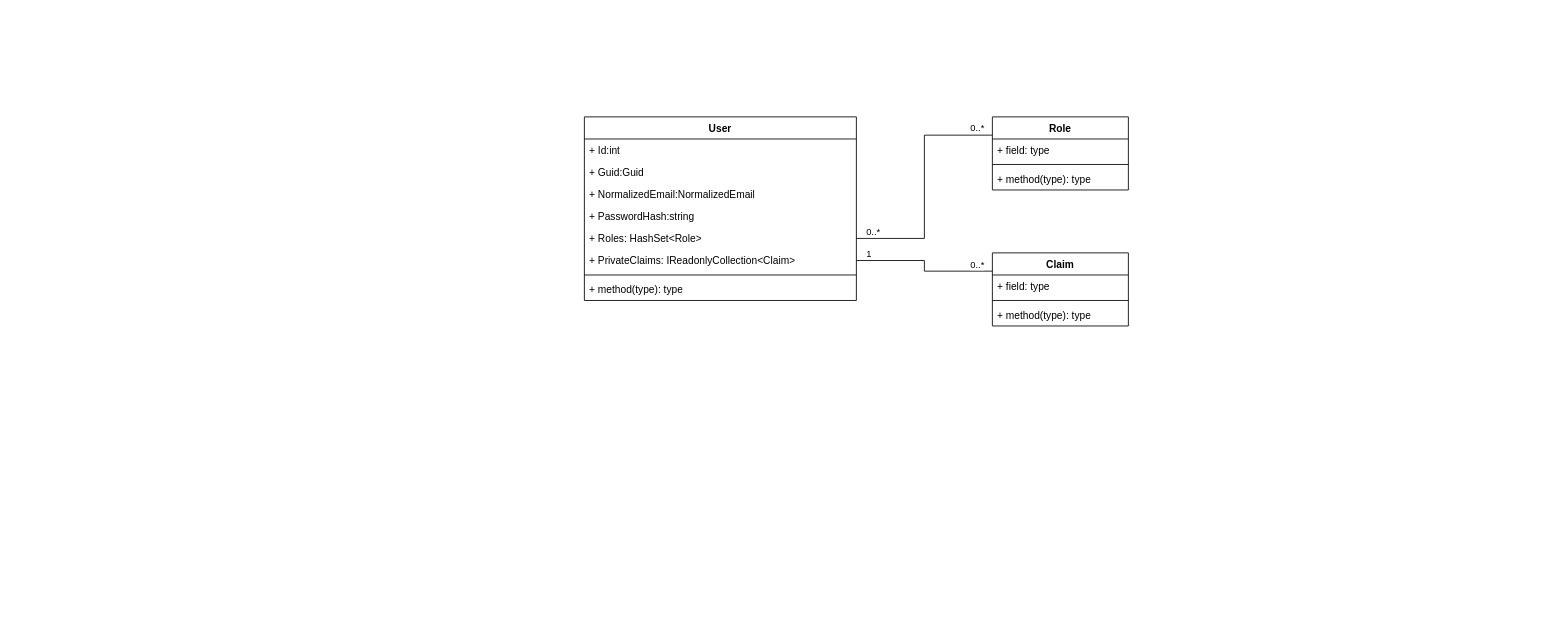
pawel-worwag/DailyRoutine keeps this draw.io diagram as doc/DailyRoutine.drawio. Above is the earlier version. Source tidied: cells renumbered, new cells numbered last; positions are measured from the earlier drawing's top-left corner, leaving out a move shared by most shapes. Both pictures are drawn from the tidied source at 85%, with x=0, y=0 at pixel (584, 116).
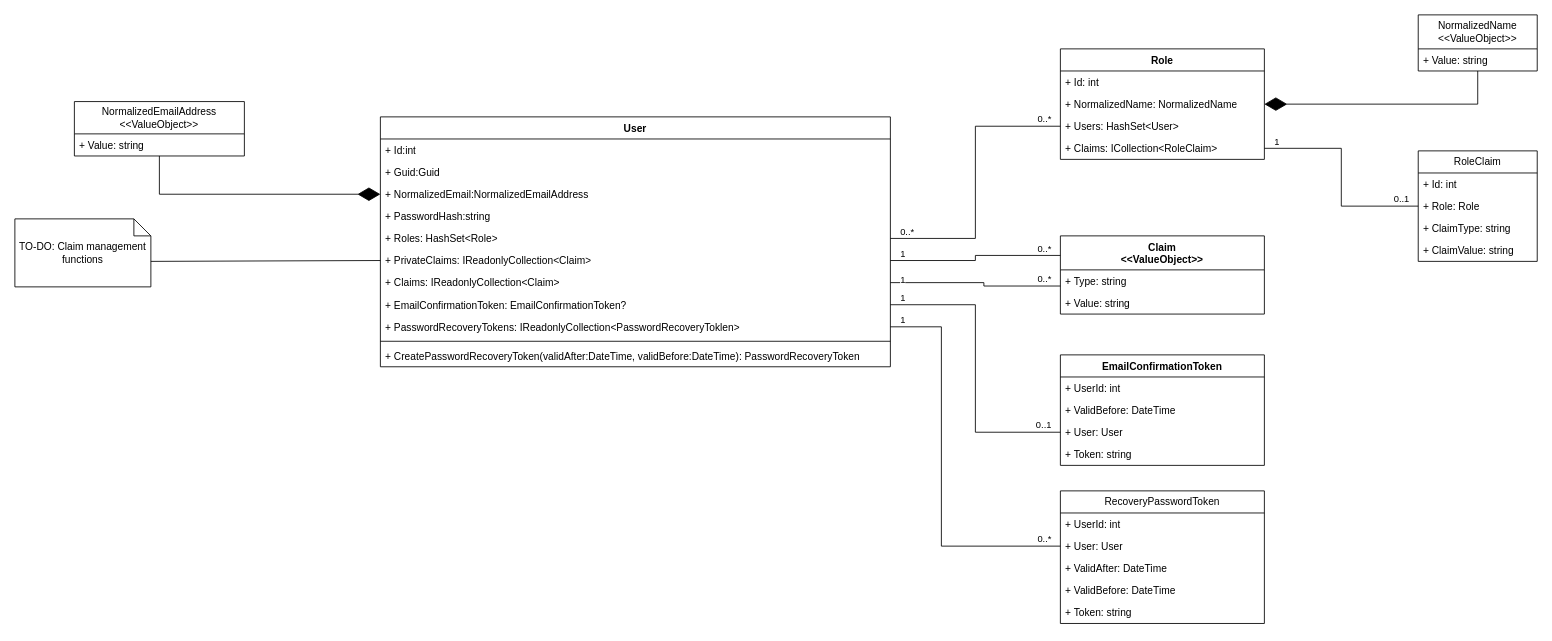
The same page after the edit.

Commit message:
Identity class diagram

Diff of the diagram source:
```diff
@@
     <mxCell id="2" value="User" style="swimlane;fontStyle=1;align=center;verticalAlign=top;horizontal=1;startSize=26;whiteSpace=wrap;html=1;" parent="1" vertex="1">
-      <mxGeometry width="320" height="216" as="geometry" />
+      <mxGeometry x="-240" width="600" height="294" as="geometry" />
     </mxCell>
     <mxCell id="3" value="+ Id:int" style="text;strokeColor=none;fillColor=none;align=left;verticalAlign=top;spacingLeft=4;spacingRight=4;overflow=hidden;whiteSpace=wrap;html=1;" parent="2" vertex="1">
-      <mxGeometry y="26" width="320" height="26" as="geometry" />
+      <mxGeometry y="26" width="600" height="26" as="geometry" />
     </mxCell>
     <mxCell id="4" value="+ Guid:Guid" style="text;strokeColor=none;fillColor=none;align=left;verticalAlign=top;spacingLeft=4;spacingRight=4;overflow=hidden;whiteSpace=wrap;html=1;" parent="2" vertex="1">
-      <mxGeometry y="52" width="320" height="26" as="geometry" />
+      <mxGeometry y="52" width="600" height="26" as="geometry" />
     </mxCell>
-    <mxCell id="5" value="+ NormalizedEmail:NormalizedEmail" style="text;strokeColor=none;fillColor=none;align=left;verticalAlign=top;spacingLeft=4;spacingRight=4;overflow=hidden;points=[[0,0.5],[1,0.5]];portConstraint=eastwest;whiteSpace=wrap;html=1;" parent="2" vertex="1">
-      <mxGeometry y="78" width="320" height="26" as="geometry" />
+    <mxCell id="5" value="+ NormalizedEmail:NormalizedEmailAddress" style="text;strokeColor=none;fillColor=none;align=left;verticalAlign=top;spacingLeft=4;spacingRight=4;overflow=hidden;points=[[0,0.5],[1,0.5]];portConstraint=eastwest;whiteSpace=wrap;html=1;" parent="2" vertex="1">
+      <mxGeometry y="78" width="600" height="26" as="geometry" />
     </mxCell>
     <mxCell id="6" value="+ PasswordHash:string" style="text;strokeColor=none;fillColor=none;align=left;verticalAlign=top;spacingLeft=4;spacingRight=4;overflow=hidden;whiteSpace=wrap;html=1;" parent="2" vertex="1">
-      <mxGeometry y="104" width="320" height="26" as="geometry" />
+      <mxGeometry y="104" width="600" height="26" as="geometry" />
     </mxCell>
     <mxCell id="7" value="+ Roles: HashSet&amp;lt;Role&amp;gt;" style="text;strokeColor=none;fillColor=none;align=left;verticalAlign=top;spacingLeft=4;spacingRight=4;overflow=hidden;points=[[0,0.5],[1,0.5]];portConstraint=eastwest;whiteSpace=wrap;html=1;" parent="2" vertex="1">
-      <mxGeometry y="130" width="320" height="26" as="geometry" />
+      <mxGeometry y="130" width="600" height="26" as="geometry" />
     </mxCell>
     <mxCell id="8" value="+ PrivateClaims: IReadonlyCollection&amp;lt;Claim&amp;gt;" style="text;strokeColor=none;fillColor=none;align=left;verticalAlign=top;spacingLeft=4;spacingRight=4;overflow=hidden;points=[[0,0.5],[1,0.5]];portConstraint=eastwest;whiteSpace=wrap;html=1;" parent="2" vertex="1">
-      <mxGeometry y="156" width="320" height="26" as="geometry" />
+      <mxGeometry y="156" width="600" height="26" as="geometry" />
     </mxCell>
+    <mxCell id="25" value="+ Claims: IReadonlyCollection&amp;lt;Claim&amp;gt;" style="text;strokeColor=none;fillColor=none;align=left;verticalAlign=top;spacingLeft=4;spacingRight=4;overflow=hidden;points=[[0,0.5],[1,0.5]];portConstraint=eastwest;whiteSpace=wrap;html=1;" parent="2" vertex="1">
+      <mxGeometry y="182" width="600" height="26" as="geometry" />
+    </mxCell>
+    <mxCell id="26" value="+ EmailConfirmationToken: EmailConfirmationToken?" style="text;strokeColor=none;fillColor=none;align=left;verticalAlign=top;spacingLeft=4;spacingRight=4;overflow=hidden;points=[[0,0.5],[1,0.5]];portConstraint=eastwest;whiteSpace=wrap;html=1;" parent="2" vertex="1">
+      <mxGeometry y="208" width="600" height="26" as="geometry" />
+    </mxCell>
+    <mxCell id="27" value="+ PasswordRecoveryTokens: IReadonlyCollection&amp;lt;PasswordRecoveryToklen&amp;gt;" style="text;strokeColor=none;fillColor=none;align=left;verticalAlign=top;spacingLeft=4;spacingRight=4;overflow=hidden;points=[[0,0.5],[1,0.5]];portConstraint=eastwest;whiteSpace=wrap;html=1;" parent="2" vertex="1">
+      <mxGeometry y="234" width="600" height="26" as="geometry" />
+    </mxCell>
     <mxCell id="9" style="line;strokeWidth=1;fillColor=none;align=left;verticalAlign=middle;spacingTop=-1;spacingLeft=3;spacingRight=3;labelPosition=right;strokeColor=inherit;" parent="2" vertex="1">
-      <mxGeometry y="182" width="320" height="8" as="geometry" />
+      <mxGeometry y="260" width="600" height="8" as="geometry" />
     </mxCell>
-    <mxCell id="10" value="+ method(type): type" style="text;strokeColor=none;fillColor=none;align=left;verticalAlign=top;spacingLeft=4;spacingRight=4;overflow=hidden;whiteSpace=wrap;html=1;" parent="2" vertex="1">
-      <mxGeometry y="190" width="320" height="26" as="geometry" />
+    <mxCell id="10" value="+ CreatePasswordRecoveryToken(validAfter:DateTime, validBefore:DateTime): PasswordRecoveryToken" style="text;strokeColor=none;fillColor=none;align=left;verticalAlign=top;spacingLeft=4;spacingRight=4;overflow=hidden;whiteSpace=wrap;html=1;" parent="2" vertex="1">
+      <mxGeometry y="268" width="600" height="26" as="geometry" />
     </mxCell>
     <mxCell id="11" value="Role" style="swimlane;fontStyle=1;align=center;verticalAlign=top;horizontal=1;startSize=26;whiteSpace=wrap;html=1;" parent="1" vertex="1">
-      <mxGeometry x="480" width="160" height="86" as="geometry" />
+      <mxGeometry x="560" y="-80" width="240" height="130" as="geometry" />
     </mxCell>
-    <mxCell id="12" value="+ field: type" style="text;strokeColor=none;fillColor=none;align=left;verticalAlign=top;spacingLeft=4;spacingRight=4;overflow=hidden;whiteSpace=wrap;html=1;" parent="11" vertex="1">
-      <mxGeometry y="26" width="160" height="26" as="geometry" />
+    <mxCell id="12" value="+ Id: int" style="text;strokeColor=none;fillColor=none;align=left;verticalAlign=top;spacingLeft=4;spacingRight=4;overflow=hidden;whiteSpace=wrap;html=1;" parent="11" vertex="1">
+      <mxGeometry y="26" width="240" height="26" as="geometry" />
     </mxCell>
-    <mxCell id="13" style="line;strokeWidth=1;fillColor=none;align=left;verticalAlign=middle;spacingTop=-1;spacingLeft=3;spacingRight=3;labelPosition=right;strokeColor=inherit;" parent="11" vertex="1">
-      <mxGeometry y="52" width="160" height="8" as="geometry" />
-    </mxCell>
-    <mxCell id="14" value="+ method(type): type" style="text;strokeColor=none;fillColor=none;align=left;verticalAlign=top;spacingLeft=4;spacingRight=4;overflow=hidden;whiteSpace=wrap;html=1;" parent="11" vertex="1">
-      <mxGeometry y="60" width="160" height="26" as="geometry" />
-    </mxCell>
+    <mxCell id="28" value="+ NormalizedName: NormalizedName" style="text;strokeColor=none;fillColor=none;align=left;verticalAlign=top;spacingLeft=4;spacingRight=4;overflow=hidden;points=[[0,0.5],[1,0.5]];portConstraint=eastwest;whiteSpace=wrap;html=1;" parent="11" vertex="1">
+      <mxGeometry y="52" width="240" height="26" as="geometry" />
+    </mxCell>
+    <mxCell id="29" value="+ Users: HashSet&amp;lt;User&amp;gt;" style="text;strokeColor=none;fillColor=none;align=left;verticalAlign=top;spacingLeft=4;spacingRight=4;overflow=hidden;points=[[0,0.5],[1,0.5]];portConstraint=eastwest;whiteSpace=wrap;html=1;" parent="11" vertex="1">
+      <mxGeometry y="78" width="240" height="26" as="geometry" />
+    </mxCell>
+    <mxCell id="30" value="+ Claims: ICollection&amp;lt;RoleClaim&amp;gt;" style="text;strokeColor=none;fillColor=none;align=left;verticalAlign=top;spacingLeft=4;spacingRight=4;overflow=hidden;points=[[0,0.5],[1,0.5]];portConstraint=eastwest;whiteSpace=wrap;html=1;" parent="11" vertex="1">
+      <mxGeometry y="104" width="240" height="26" as="geometry" />
+    </mxCell>
-    <mxCell id="15" style="endArrow=none;html=1;edgeStyle=orthogonalEdgeStyle;rounded=0;entryX=0;entryY=0.25;entryDx=0;entryDy=0;" parent="1" edge="1" source="7" target="11">
+    <mxCell id="15" style="endArrow=none;html=1;edgeStyle=orthogonalEdgeStyle;rounded=0;" parent="1" edge="1" source="7" target="29">
       <mxGeometry relative="1" as="geometry" />
     </mxCell>
@@
-    <mxCell id="18" value="Claim" style="swimlane;fontStyle=1;align=center;verticalAlign=top;horizontal=1;startSize=26;whiteSpace=wrap;html=1;" parent="1" vertex="1">
-      <mxGeometry x="480" y="160" width="160" height="86" as="geometry" />
+    <mxCell id="18" value="Claim&lt;br&gt;&amp;lt;&amp;lt;ValueObject&amp;gt;&amp;gt;" style="swimlane;fontStyle=1;align=center;verticalAlign=top;horizontal=1;startSize=40;whiteSpace=wrap;html=1;" parent="1" vertex="1">
+      <mxGeometry x="560" y="140" width="240" height="92" as="geometry" />
     </mxCell>
-    <mxCell id="19" value="+ field: type" style="text;strokeColor=none;fillColor=none;align=left;verticalAlign=top;spacingLeft=4;spacingRight=4;overflow=hidden;whiteSpace=wrap;html=1;" parent="18" vertex="1">
-      <mxGeometry y="26" width="160" height="26" as="geometry" />
+    <mxCell id="19" value="+ Type: string" style="text;strokeColor=none;fillColor=none;align=left;verticalAlign=top;spacingLeft=4;spacingRight=4;overflow=hidden;whiteSpace=wrap;html=1;" parent="18" vertex="1">
+      <mxGeometry y="40" width="240" height="26" as="geometry" />
     </mxCell>
-    <mxCell id="20" style="line;strokeWidth=1;fillColor=none;align=left;verticalAlign=middle;spacingTop=-1;spacingLeft=3;spacingRight=3;labelPosition=right;strokeColor=inherit;" parent="18" vertex="1">
-      <mxGeometry y="52" width="160" height="8" as="geometry" />
-    </mxCell>
-    <mxCell id="21" value="+ method(type): type" style="text;strokeColor=none;fillColor=none;align=left;verticalAlign=top;spacingLeft=4;spacingRight=4;overflow=hidden;whiteSpace=wrap;html=1;" parent="18" vertex="1">
-      <mxGeometry y="60" width="160" height="26" as="geometry" />
+    <mxCell id="21" value="+ Value: string" style="text;strokeColor=none;fillColor=none;align=left;verticalAlign=top;spacingLeft=4;spacingRight=4;overflow=hidden;whiteSpace=wrap;html=1;" parent="18" vertex="1">
+      <mxGeometry y="66" width="240" height="26" as="geometry" />
     </mxCell>
@@
+    <mxCell id="31" style="endArrow=none;html=1;edgeStyle=orthogonalEdgeStyle;rounded=0;exitX=1;exitY=0.5;exitDx=0;exitDy=0;" parent="1" edge="1" source="25" target="18">
+      <mxGeometry relative="1" as="geometry">
+        <Array as="points">
+          <mxPoint x="470" y="195" />
+          <mxPoint x="470" y="199" />
+        </Array>
+      </mxGeometry>
+    </mxCell>
+    <mxCell id="32" value="1" style="edgeLabel;html=1;align=left;verticalAlign=bottom;" parent="31" vertex="1">
+      <mxGeometry x="-1" relative="1" as="geometry">
+        <mxPoint x="10" y="5" as="offset" />
+      </mxGeometry>
+    </mxCell>
+    <mxCell id="33" value="0..*" style="edgeLabel;html=1;align=right;verticalAlign=bottom;" parent="31" vertex="1">
+      <mxGeometry x="1" relative="1" as="geometry">
+        <mxPoint x="-10" as="offset" />
+      </mxGeometry>
+    </mxCell>
+    <mxCell id="34" value="EmailConfirmationToken" style="swimlane;fontStyle=1;align=center;verticalAlign=top;horizontal=1;startSize=26;whiteSpace=wrap;html=1;" parent="1" vertex="1">
+      <mxGeometry x="560" y="280" width="240" height="130" as="geometry" />
+    </mxCell>
+    <mxCell id="35" value="+ UserId: int" style="text;strokeColor=none;fillColor=none;align=left;verticalAlign=top;spacingLeft=4;spacingRight=4;overflow=hidden;whiteSpace=wrap;html=1;" parent="34" vertex="1">
+      <mxGeometry y="26" width="240" height="26" as="geometry" />
+    </mxCell>
+    <mxCell id="36" value="+ ValidBefore: DateTime" style="text;strokeColor=none;fillColor=none;align=left;verticalAlign=top;spacingLeft=4;spacingRight=4;overflow=hidden;whiteSpace=wrap;html=1;" parent="34" vertex="1">
+      <mxGeometry y="52" width="240" height="26" as="geometry" />
+    </mxCell>
+    <mxCell id="37" value="+ User: User" style="text;strokeColor=none;fillColor=none;align=left;verticalAlign=top;spacingLeft=4;spacingRight=4;overflow=hidden;points=[[0,0.5],[1,0.5]];portConstraint=eastwest;whiteSpace=wrap;html=1;" parent="34" vertex="1">
+      <mxGeometry y="78" width="240" height="26" as="geometry" />
+    </mxCell>
+    <mxCell id="38" value="+ Token: string" style="text;strokeColor=none;fillColor=none;align=left;verticalAlign=top;spacingLeft=4;spacingRight=4;overflow=hidden;whiteSpace=wrap;html=1;" parent="34" vertex="1">
+      <mxGeometry y="104" width="240" height="26" as="geometry" />
+    </mxCell>
+    <mxCell id="39" style="endArrow=none;html=1;edgeStyle=orthogonalEdgeStyle;rounded=0;exitX=1;exitY=0.5;exitDx=0;exitDy=0;" parent="1" edge="1" source="26" target="37">
+      <mxGeometry relative="1" as="geometry" />
+    </mxCell>
+    <mxCell id="40" value="1" style="edgeLabel;html=1;align=left;verticalAlign=bottom;" parent="39" vertex="1">
+      <mxGeometry x="-1" relative="1" as="geometry">
+        <mxPoint x="10" as="offset" />
+      </mxGeometry>
+    </mxCell>
+    <mxCell id="41" value="0..1" style="edgeLabel;html=1;align=right;verticalAlign=bottom;" parent="39" vertex="1">
+      <mxGeometry x="1" relative="1" as="geometry">
+        <mxPoint x="-10" as="offset" />
+      </mxGeometry>
+    </mxCell>
+    <mxCell id="42" value="TO-DO: Claim management functions" style="shape=note;size=20;whiteSpace=wrap;html=1;" parent="1" vertex="1">
+      <mxGeometry x="-670" y="120" width="160" height="80" as="geometry" />
+    </mxCell>
+    <mxCell id="43" style="endArrow=none;html=1;rounded=0;exitX=0;exitY=0;exitDx=160;exitDy=50;exitPerimeter=0;entryX=0;entryY=0.5;entryDx=0;entryDy=0;" parent="1" edge="1" source="42" target="8">
+      <mxGeometry relative="1" as="geometry" />
+    </mxCell>
+    <mxCell id="44" value="RoleClaim" style="swimlane;fontStyle=0;horizontal=1;startSize=26;fillColor=none;whiteSpace=wrap;html=1;" parent="1" vertex="1">
+      <mxGeometry x="981" y="40" width="140" height="130" as="geometry" />
+    </mxCell>
+    <mxCell id="45" value="+ Id: int" style="text;strokeColor=none;fillColor=none;align=left;verticalAlign=top;spacingLeft=4;spacingRight=4;overflow=hidden;whiteSpace=wrap;html=1;" parent="44" vertex="1">
+      <mxGeometry y="26" width="140" height="26" as="geometry" />
+    </mxCell>
+    <mxCell id="46" value="+ Role: Role" style="text;strokeColor=none;fillColor=none;align=left;verticalAlign=top;spacingLeft=4;spacingRight=4;overflow=hidden;points=[[0,0.5],[1,0.5]];portConstraint=eastwest;whiteSpace=wrap;html=1;" parent="44" vertex="1">
+      <mxGeometry y="52" width="140" height="26" as="geometry" />
+    </mxCell>
+    <mxCell id="47" value="+ ClaimType: string" style="text;strokeColor=none;fillColor=none;align=left;verticalAlign=top;spacingLeft=4;spacingRight=4;overflow=hidden;whiteSpace=wrap;html=1;" parent="44" vertex="1">
+      <mxGeometry y="78" width="140" height="26" as="geometry" />
+    </mxCell>
+    <mxCell id="48" value="+ ClaimValue: string" style="text;strokeColor=none;fillColor=none;align=left;verticalAlign=top;spacingLeft=4;spacingRight=4;overflow=hidden;whiteSpace=wrap;html=1;" parent="44" vertex="1">
+      <mxGeometry y="104" width="140" height="26" as="geometry" />
+    </mxCell>
+    <mxCell id="49" style="endArrow=none;html=1;edgeStyle=orthogonalEdgeStyle;rounded=0;" parent="1" edge="1" source="30" target="46">
+      <mxGeometry relative="1" as="geometry" />
+    </mxCell>
+    <mxCell id="50" value="1" style="edgeLabel;html=1;align=left;verticalAlign=bottom;" parent="49" vertex="1">
+      <mxGeometry x="-1" relative="1" as="geometry">
+        <mxPoint x="10" as="offset" />
+      </mxGeometry>
+    </mxCell>
+    <mxCell id="51" value="0..1" style="edgeLabel;html=1;align=right;verticalAlign=bottom;" parent="49" vertex="1">
+      <mxGeometry x="1" relative="1" as="geometry">
+        <mxPoint x="-10" as="offset" />
+      </mxGeometry>
+    </mxCell>
+    <mxCell id="52" value="NormalizedEmailAddress&lt;br&gt;&amp;lt;&amp;lt;ValueObject&amp;gt;&amp;gt;" style="swimlane;fontStyle=0;horizontal=1;startSize=38;fillColor=none;whiteSpace=wrap;html=1;" parent="1" vertex="1">
+      <mxGeometry x="-600" y="-18" width="200" height="64" as="geometry" />
+    </mxCell>
+    <mxCell id="53" value="+ Value: string" style="text;strokeColor=none;fillColor=none;align=left;verticalAlign=top;spacingLeft=4;spacingRight=4;overflow=hidden;whiteSpace=wrap;html=1;" parent="52" vertex="1">
+      <mxGeometry y="38" width="200" height="26" as="geometry" />
+    </mxCell>
+    <mxCell id="54" style="endArrow=diamondThin;endFill=1;endSize=24;html=1;rounded=0;entryX=0;entryY=0.5;entryDx=0;entryDy=0;edgeStyle=orthogonalEdgeStyle;" parent="1" edge="1" source="52" target="5">
+      <mxGeometry relative="1" as="geometry" />
+    </mxCell>
+    <mxCell id="55" value="NormalizedName&lt;br&gt;&amp;lt;&amp;lt;ValueObject&amp;gt;&amp;gt;" style="swimlane;fontStyle=0;horizontal=1;startSize=40;fillColor=none;whiteSpace=wrap;html=1;" parent="1" vertex="1">
+      <mxGeometry x="981" y="-120" width="140" height="66" as="geometry" />
+    </mxCell>
+    <mxCell id="56" value="+ Value: string" style="text;strokeColor=none;fillColor=none;align=left;verticalAlign=top;spacingLeft=4;spacingRight=4;overflow=hidden;whiteSpace=wrap;html=1;" parent="55" vertex="1">
+      <mxGeometry y="40" width="140" height="26" as="geometry" />
+    </mxCell>
+    <mxCell id="57" style="endArrow=diamondThin;endFill=1;endSize=24;html=1;rounded=0;entryX=1;entryY=0.5;entryDx=0;entryDy=0;edgeStyle=orthogonalEdgeStyle;" parent="1" edge="1" source="55" target="28">
+      <mxGeometry relative="1" as="geometry" />
+    </mxCell>
+    <mxCell id="58" value="RecoveryPasswordToken" style="swimlane;fontStyle=0;horizontal=1;startSize=26;fillColor=none;whiteSpace=wrap;html=1;" parent="1" vertex="1">
+      <mxGeometry x="560" y="440" width="240" height="156" as="geometry" />
+    </mxCell>
+    <mxCell id="59" value="+ UserId: int" style="text;strokeColor=none;fillColor=none;align=left;verticalAlign=top;spacingLeft=4;spacingRight=4;overflow=hidden;whiteSpace=wrap;html=1;" parent="58" vertex="1">
+      <mxGeometry y="26" width="240" height="26" as="geometry" />
+    </mxCell>
+    <mxCell id="60" value="+ User: User" style="text;strokeColor=none;fillColor=none;align=left;verticalAlign=top;spacingLeft=4;spacingRight=4;overflow=hidden;points=[[0,0.5],[1,0.5]];portConstraint=eastwest;whiteSpace=wrap;html=1;" parent="58" vertex="1">
+      <mxGeometry y="52" width="240" height="26" as="geometry" />
+    </mxCell>
+    <mxCell id="61" value="+ ValidAfter: DateTime" style="text;strokeColor=none;fillColor=none;align=left;verticalAlign=top;spacingLeft=4;spacingRight=4;overflow=hidden;whiteSpace=wrap;html=1;" parent="58" vertex="1">
+      <mxGeometry y="78" width="240" height="26" as="geometry" />
+    </mxCell>
+    <mxCell id="62" value="+ ValidBefore: DateTime" style="text;strokeColor=none;fillColor=none;align=left;verticalAlign=top;spacingLeft=4;spacingRight=4;overflow=hidden;whiteSpace=wrap;html=1;" parent="58" vertex="1">
+      <mxGeometry y="104" width="240" height="26" as="geometry" />
+    </mxCell>
+    <mxCell id="63" value="+ Token: string" style="text;strokeColor=none;fillColor=none;align=left;verticalAlign=top;spacingLeft=4;spacingRight=4;overflow=hidden;whiteSpace=wrap;html=1;" parent="58" vertex="1">
+      <mxGeometry y="130" width="240" height="26" as="geometry" />
+    </mxCell>
+    <mxCell id="64" style="endArrow=none;html=1;edgeStyle=orthogonalEdgeStyle;rounded=0;exitX=1;exitY=0.5;exitDx=0;exitDy=0;entryX=0;entryY=0.5;entryDx=0;entryDy=0;" parent="1" edge="1" source="27" target="60">
+      <mxGeometry relative="1" as="geometry">
+        <Array as="points">
+          <mxPoint x="420" y="247" />
+          <mxPoint x="420" y="505" />
+        </Array>
+      </mxGeometry>
+    </mxCell>
+    <mxCell id="65" value="1" style="edgeLabel;html=1;align=left;verticalAlign=bottom;" parent="64" vertex="1">
+      <mxGeometry x="-1" relative="1" as="geometry">
+        <mxPoint x="10" as="offset" />
+      </mxGeometry>
+    </mxCell>
+    <mxCell id="66" value="0..*" style="edgeLabel;html=1;align=right;verticalAlign=bottom;" parent="64" vertex="1">
+      <mxGeometry x="1" relative="1" as="geometry">
+        <mxPoint x="-10" as="offset" />
+      </mxGeometry>
+    </mxCell>
```
